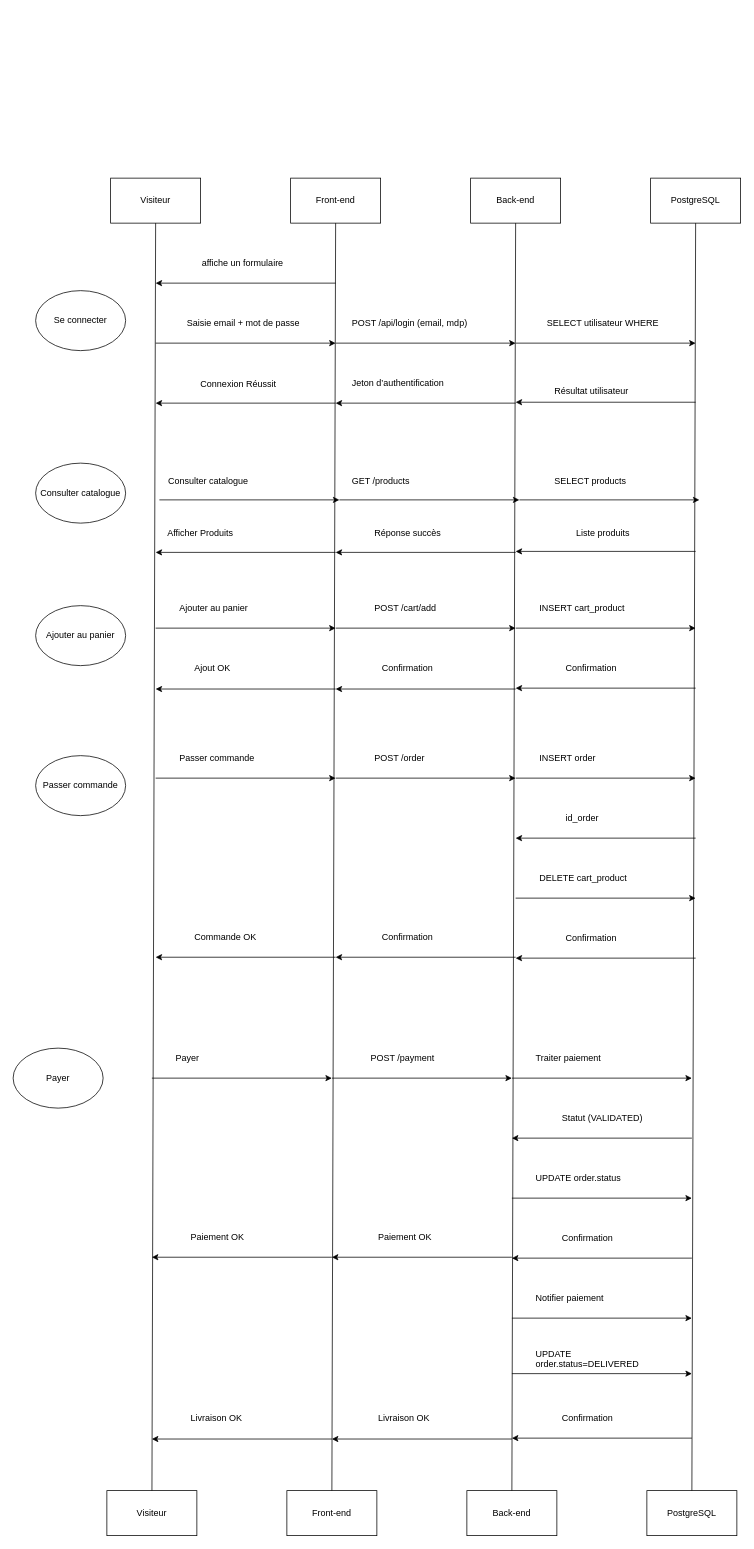
Above: Docs/Diagramme séquence.drawio in MelvinAssi/ECF_Web_Market (draw.io), before the change. Source tidied: cells renumbered, new cells numbered last; positions are measured from the earlier drawing's top-left corner, leaving out a move shared by most shapes. Both pictures are drawn from the tidied source at 75%, with x=0, y=0 at pixel (13, 178).
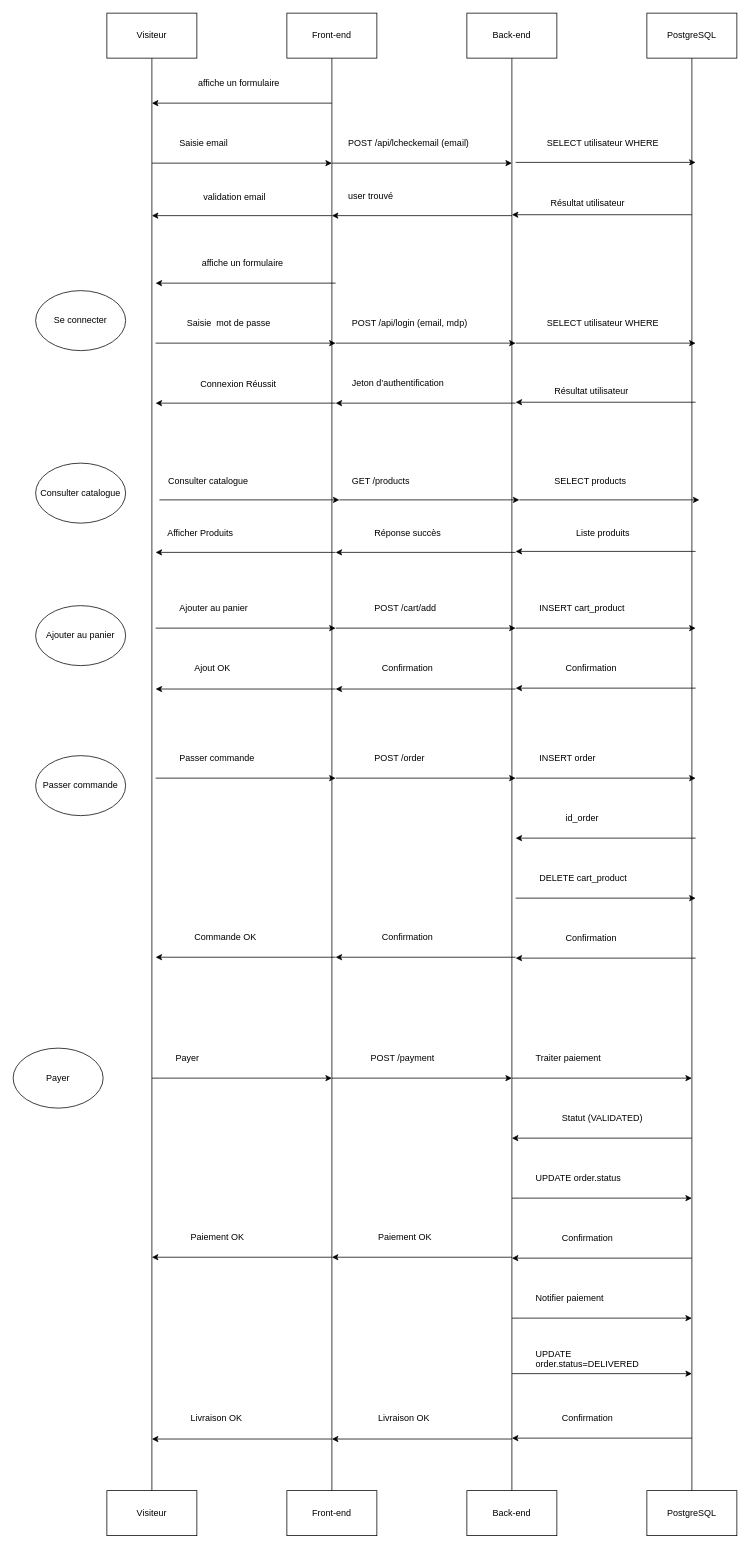
Above is the later version.

Commit message:
Mettre à jour Diagramme séquence.drawio

The edit, as a diff of the source:
```diff
@@
     <mxCell id="3" value="Visiteur" style="rounded=0;whiteSpace=wrap;html=1;" parent="1" vertex="1">
-      <mxGeometry x="130" width="120" height="60" as="geometry" />
+      <mxGeometry x="125" y="-220" width="120" height="60" as="geometry" />
     </mxCell>
     <mxCell id="4" value="Front-end" style="rounded=0;whiteSpace=wrap;html=1;" parent="1" vertex="1">
-      <mxGeometry x="370" width="120" height="60" as="geometry" />
+      <mxGeometry x="365" y="-220" width="120" height="60" as="geometry" />
     </mxCell>
     <mxCell id="5" value="Back-end" style="rounded=0;whiteSpace=wrap;html=1;" parent="1" vertex="1">
-      <mxGeometry x="610" width="120" height="60" as="geometry" />
+      <mxGeometry x="605" y="-220" width="120" height="60" as="geometry" />
     </mxCell>
     <mxCell id="6" value="PostgreSQL" style="rounded=0;whiteSpace=wrap;html=1;" parent="1" vertex="1">
-      <mxGeometry x="850" width="120" height="60" as="geometry" />
+      <mxGeometry x="845" y="-220" width="120" height="60" as="geometry" />
     </mxCell>
-    <mxCell id="7" value="Saisie email + mot de passe" style="text;whiteSpace=wrap;" parent="1" vertex="1">
+    <mxCell id="7" value="Saisie  mot de passe" style="text;whiteSpace=wrap;" parent="1" vertex="1">
       <mxGeometry x="230" y="180" width="180" height="40" as="geometry" />
     </mxCell>
@@
+    <mxCell id="99" value="Saisie email " style="text;whiteSpace=wrap;" parent="1" vertex="1">
+      <mxGeometry x="220" y="-60" width="180" height="40" as="geometry" />
+    </mxCell>
+    <mxCell id="100" style="endArrow=classic;html=1;rounded=0;" parent="1" edge="1">
+      <mxGeometry relative="1" as="geometry">
+        <mxPoint x="185" y="-20" as="sourcePoint" />
+        <mxPoint x="425" y="-20" as="targetPoint" />
+      </mxGeometry>
+    </mxCell>
+    <mxCell id="101" value="affiche un formulaire" style="text;whiteSpace=wrap;html=1;" parent="1" vertex="1">
+      <mxGeometry x="245" y="-140" width="140" height="40" as="geometry" />
+    </mxCell>
+    <mxCell id="102" style="endArrow=classic;html=1;rounded=0;" parent="1" edge="1">
+      <mxGeometry relative="1" as="geometry">
+        <mxPoint x="425" y="-100" as="sourcePoint" />
+        <mxPoint x="185" y="-100" as="targetPoint" />
+      </mxGeometry>
+    </mxCell>
+    <mxCell id="103" value="POST /api/lcheckemail (email)" style="text;whiteSpace=wrap;" parent="1" vertex="1">
+      <mxGeometry x="445" y="-60" width="190" height="40" as="geometry" />
+    </mxCell>
+    <mxCell id="104" style="endArrow=classic;html=1;rounded=0;" parent="1" edge="1">
+      <mxGeometry relative="1" as="geometry">
+        <mxPoint x="425" y="-20" as="sourcePoint" />
+        <mxPoint x="665" y="-20" as="targetPoint" />
+      </mxGeometry>
+    </mxCell>
+    <mxCell id="105" value="SELECT utilisateur WHERE " style="text;whiteSpace=wrap;" parent="1" vertex="1">
+      <mxGeometry x="710" y="-61" width="180" height="40" as="geometry" />
+    </mxCell>
+    <mxCell id="106" style="endArrow=classic;html=1;rounded=0;" parent="1" edge="1">
+      <mxGeometry relative="1" as="geometry">
+        <mxPoint x="670" y="-21" as="sourcePoint" />
+        <mxPoint x="910" y="-21" as="targetPoint" />
+      </mxGeometry>
+    </mxCell>
+    <mxCell id="107" value="Résultat utilisateur" style="text;whiteSpace=wrap;" parent="1" vertex="1">
+      <mxGeometry x="715" y="20" width="130" height="40" as="geometry" />
+    </mxCell>
+    <mxCell id="108" value="user trouvé" style="text;whiteSpace=wrap;" parent="1" vertex="1">
+      <mxGeometry x="445" y="10" width="160" height="40" as="geometry" />
+    </mxCell>
+    <mxCell id="109" value="validation email" style="text;html=1;align=center;verticalAlign=middle;strokeColor=none;fillColor=none;" parent="1" vertex="1">
+      <mxGeometry x="240" y="10" width="110" height="30" as="geometry" />
+    </mxCell>
+    <mxCell id="110" style="endArrow=classic;html=1;rounded=0;" parent="1" edge="1">
+      <mxGeometry relative="1" as="geometry">
+        <mxPoint x="665" y="50" as="sourcePoint" />
+        <mxPoint x="425" y="50" as="targetPoint" />
+      </mxGeometry>
+    </mxCell>
+    <mxCell id="111" style="endArrow=classic;html=1;rounded=0;" parent="1" edge="1">
+      <mxGeometry relative="1" as="geometry">
+        <mxPoint x="905" y="48.8" as="sourcePoint" />
+        <mxPoint x="665" y="48.8" as="targetPoint" />
+      </mxGeometry>
+    </mxCell>
+    <mxCell id="112" style="endArrow=classic;html=1;rounded=0;" parent="1" edge="1">
+      <mxGeometry relative="1" as="geometry">
+        <mxPoint x="425" y="50" as="sourcePoint" />
+        <mxPoint x="185" y="50" as="targetPoint" />
+      </mxGeometry>
+    </mxCell>
```
